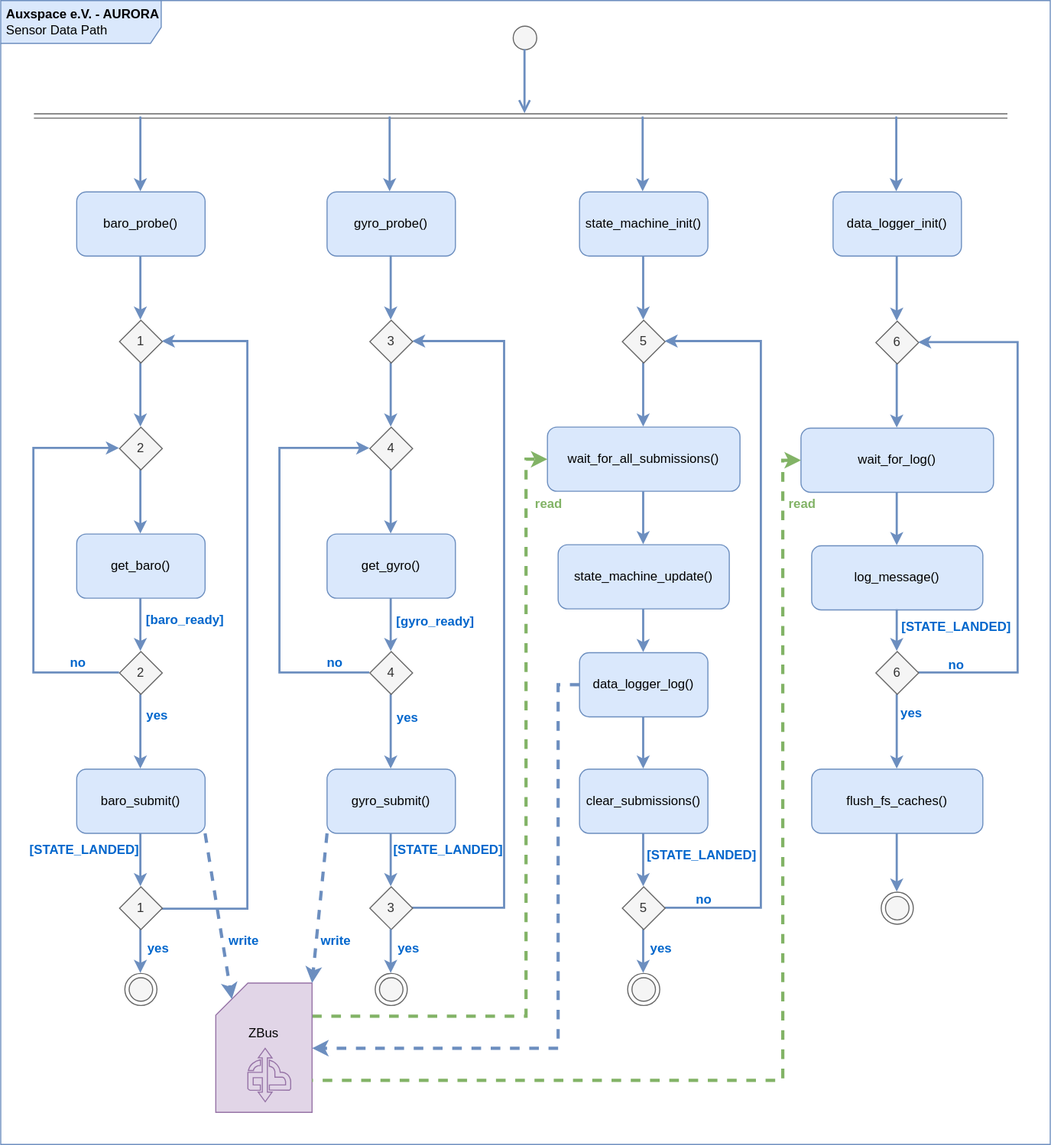
This is doc/img/sensor_datapath.drawio.svg from AUXSPACEeV/aurora, a draw.io export, as it was before one commit. Source tidied: cells renumbered, new cells last; positions are measured from the earlier drawing's top-left corner, leaving out a move shared by most shapes.
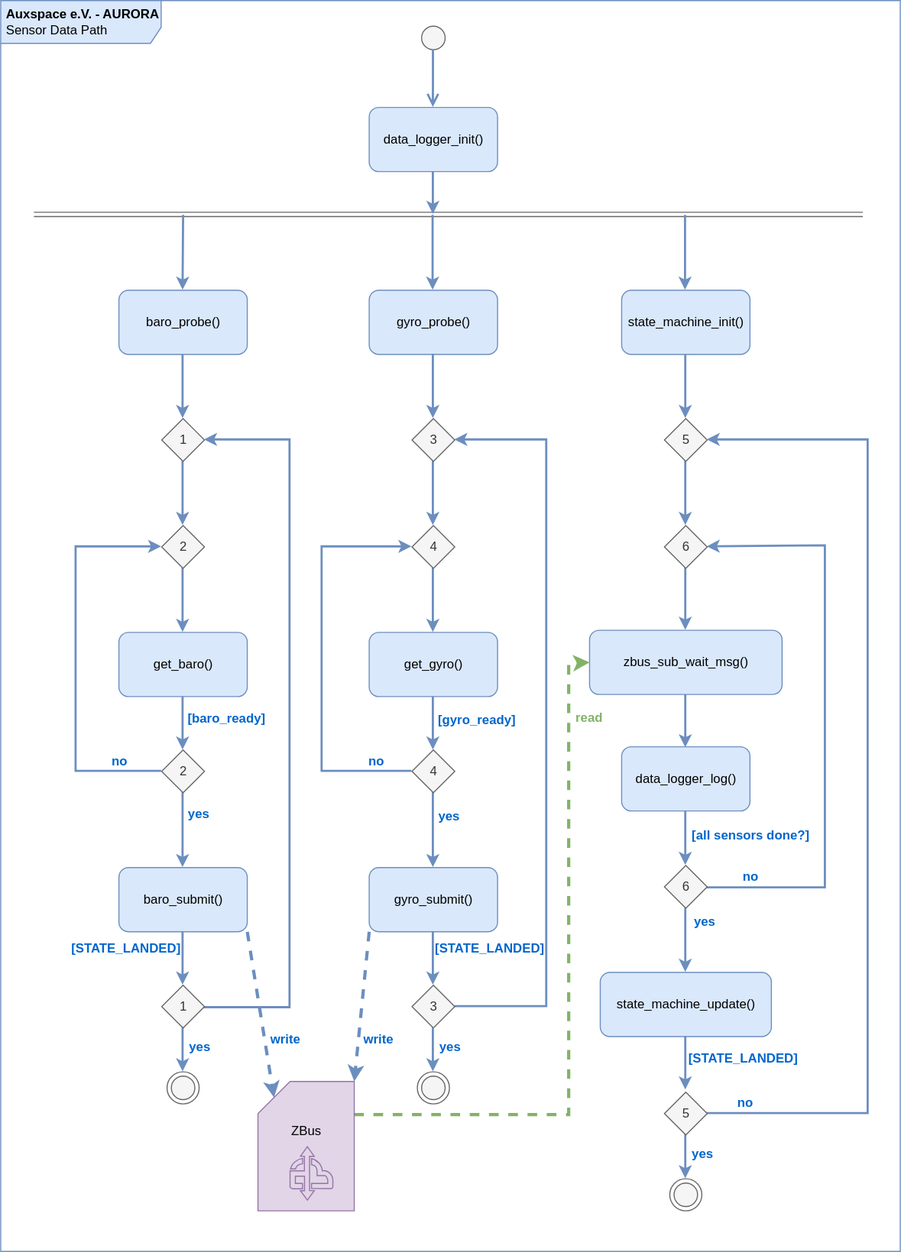
The same file after the commit.

Diff of the diagram source:
```diff
@@ -5,8 +5,7 @@
     <mxCell id="2" style="ellipse;html=1;shape=startState;fillColor=#f5f5f5;strokeColor=#666666;fontColor=#333333;" parent="1" vertex="1">
-      <mxGeometry x="475" y="20" width="30" height="30" as="geometry" />
+      <mxGeometry x="350" y="-72" width="30" height="30" as="geometry" />
     </mxCell>
-    <mxCell id="3" style="edgeStyle=orthogonalEdgeStyle;html=1;verticalAlign=bottom;endArrow=open;endSize=8;strokeColor=#6c8ebf;rounded=0;fillColor=#dae8fc;strokeWidth=2;" parent="1" edge="1">
+    <mxCell id="3" style="edgeStyle=orthogonalEdgeStyle;html=1;verticalAlign=bottom;endArrow=open;endSize=8;strokeColor=#6c8ebf;rounded=0;fillColor=#dae8fc;strokeWidth=2;entryX=0.5;entryY=0;entryDx=0;entryDy=0;" parent="1" edge="1" target="61">
       <mxGeometry relative="1" as="geometry">
-        <mxPoint x="490.1" y="46" as="sourcePoint" />
-        <mxPoint x="490.1" y="106" as="targetPoint" />
+        <mxPoint x="365.1" y="-46" as="sourcePoint" />
       </mxGeometry>
@@ -15,4 +14,4 @@
       <mxGeometry relative="1" as="geometry">
-        <mxPoint x="31" y="108" as="sourcePoint" />
-        <mxPoint x="941" y="108" as="targetPoint" />
+        <mxPoint x="-8.5" y="108" as="sourcePoint" />
+        <mxPoint x="766.5" y="108" as="targetPoint" />
       </mxGeometry>
@@ -38,3 +37,3 @@
       <mxGeometry relative="1" as="geometry">
-        <mxPoint x="131" y="109" as="sourcePoint" />
+        <mxPoint x="131.5" y="109" as="sourcePoint" />
       </mxGeometry>
@@ -43,4 +42,4 @@
       <mxGeometry relative="1" as="geometry">
-        <mxPoint x="364" y="109" as="sourcePoint" />
-        <mxPoint x="364" y="179" as="targetPoint" />
+        <mxPoint x="364.8" y="109" as="sourcePoint" />
+        <mxPoint x="364.8" y="179" as="targetPoint" />
       </mxGeometry>
@@ -49,4 +48,4 @@
       <mxGeometry relative="1" as="geometry">
-        <mxPoint x="600.5" y="109" as="sourcePoint" />
-        <mxPoint x="600.5" y="179" as="targetPoint" />
+        <mxPoint x="600.8" y="109" as="sourcePoint" />
+        <mxPoint x="600.8" y="179" as="targetPoint" />
       </mxGeometry>
@@ -153,5 +152,5 @@
     </mxCell>
-    <mxCell id="38" style="edgeStyle=orthogonalEdgeStyle;rounded=0;jettySize=auto;html=1;entryX=0.5;entryY=0;entryDx=0;entryDy=0;fillColor=#dae8fc;strokeColor=#6c8ebf;strokeWidth=2;" parent="1" edge="1" source="39" target="41">
-      <mxGeometry relative="1" as="geometry" />
-    </mxCell>
+    <mxCell id="101" style="edgeStyle=orthogonalEdgeStyle;rounded=0;jettySize=auto;html=1;entryX=0.5;entryY=0;entryDx=0;entryDy=0;fillColor=#dae8fc;strokeColor=#6c8ebf;strokeWidth=2;" parent="1" edge="1" source="39" target="113">
+      <mxGeometry relative="1" as="geometry" />
+    </mxCell>
     <mxCell id="39" value="5" style="rhombus;whiteSpace=wrap;html=1;fillColor=#f5f5f5;fontColor=#333333;strokeColor=#666666;" parent="1" vertex="1">
@@ -161,25 +160,8 @@
       <mxGeometry relative="1" as="geometry">
-        <mxPoint x="601" y="509" as="targetPoint" />
+        <mxPoint x="601" y="607" as="targetPoint" />
       </mxGeometry>
     </mxCell>
-    <mxCell id="41" value="wait_for_all_submissions()" style="rounded=1;whiteSpace=wrap;html=1;fillColor=#dae8fc;strokeColor=#6c8ebf;" parent="1" vertex="1">
-      <mxGeometry x="511" y="399" width="180" height="60" as="geometry" />
+    <mxCell id="41" value="zbus_sub_wait_msg()" style="rounded=1;whiteSpace=wrap;html=1;fillColor=#dae8fc;strokeColor=#6c8ebf;" parent="1" vertex="1">
+      <mxGeometry x="511" y="497" width="180" height="60" as="geometry" />
     </mxCell>
-    <mxCell id="42" style="edgeStyle=orthogonalEdgeStyle;rounded=0;jettySize=auto;html=1;entryX=0.5;entryY=0;entryDx=0;entryDy=0;strokeWidth=2;fillColor=#dae8fc;strokeColor=#6c8ebf;" parent="1" edge="1" source="43" target="63">
-      <mxGeometry relative="1" as="geometry">
-        <Array as="points">
-          <mxPoint x="601" y="590" />
-          <mxPoint x="601" y="590" />
-        </Array>
-      </mxGeometry>
-    </mxCell>
-    <mxCell id="43" value="state_machine_update()" style="rounded=1;whiteSpace=wrap;html=1;fillColor=#dae8fc;strokeColor=#6c8ebf;" parent="1" vertex="1">
-      <mxGeometry x="521" y="509" width="160" height="60" as="geometry" />
-    </mxCell>
-    <mxCell id="44" style="edgeStyle=orthogonalEdgeStyle;rounded=0;jettySize=auto;html=1;entryX=0.5;entryY=0;entryDx=0;entryDy=0;strokeWidth=2;fillColor=#dae8fc;strokeColor=#6c8ebf;" parent="1" edge="1" source="45" target="66">
-      <mxGeometry relative="1" as="geometry" />
-    </mxCell>
-    <mxCell id="45" value="clear_submissions()" style="rounded=1;whiteSpace=wrap;html=1;fillColor=#dae8fc;strokeColor=#6c8ebf;" parent="1" vertex="1">
-      <mxGeometry x="541" y="719" width="120" height="60" as="geometry" />
-    </mxCell>
     <mxCell id="46" style="edgeStyle=orthogonalEdgeStyle;rounded=0;jettySize=auto;html=1;entryX=1;entryY=0.5;entryDx=0;entryDy=0;fillColor=#dae8fc;strokeColor=#6c8ebf;strokeWidth=2;" parent="1" edge="1" source="47" target="49">
@@ -208,3 +190,3 @@
     <mxCell id="52" value="&lt;b&gt;&amp;nbsp;Auxspace e.V. - AURORA&lt;br&gt;&lt;/b&gt;&amp;nbsp;Sensor Data Path" style="shape=umlFrame;whiteSpace=wrap;html=1;width=150;height=40;fillColor=#dae8fc;strokeColor=#6c8ebf;align=left;" parent="1" vertex="1">
-      <mxGeometry width="981" height="1070" as="geometry" />
+      <mxGeometry x="-39.5" y="-92" width="841" height="1170" as="geometry" />
     </mxCell>
@@ -213,4 +195,5 @@
         <Array as="points">
-          <mxPoint x="491" y="950" />
-          <mxPoint x="491" y="429" />
+          <mxPoint x="491.5" y="950" />
+          <mxPoint x="491.5" y="528" />
+          <mxPoint x="511.5" y="528" />
         </Array>
@@ -220,3 +203,3 @@
       <mxGeometry x="-0.76" y="1" relative="1" as="geometry">
-        <mxPoint x="133" y="-479" as="offset" />
+        <mxPoint x="144" y="-371" as="offset" />
       </mxGeometry>
@@ -242,19 +225,18 @@
     </mxCell>
-    <mxCell id="60" style="edgeStyle=orthogonalEdgeStyle;rounded=0;jettySize=auto;html=1;entryX=0.5;entryY=0;entryDx=0;entryDy=0;fillColor=#dae8fc;strokeColor=#6c8ebf;strokeWidth=2;" parent="1" edge="1" source="61" target="85">
-      <mxGeometry relative="1" as="geometry" />
-    </mxCell>
+    <mxCell id="102" style="edgeStyle=orthogonalEdgeStyle;rounded=0;jettySize=auto;html=1;fillColor=#dae8fc;strokeColor=#6c8ebf;strokeWidth=2;" parent="1" edge="1" source="61">
+      <mxGeometry relative="1" as="geometry">
+        <mxPoint x="365" y="108" as="targetPoint" />
+      </mxGeometry>
+    </mxCell>
     <mxCell id="61" value="data_logger_init()" style="rounded=1;whiteSpace=wrap;html=1;fillColor=#dae8fc;strokeColor=#6c8ebf;" parent="1" vertex="1">
-      <mxGeometry x="778" y="179" width="120" height="60" as="geometry" />
+      <mxGeometry x="305" y="8" width="120" height="60" as="geometry" />
     </mxCell>
-    <mxCell id="62" style="edgeStyle=orthogonalEdgeStyle;rounded=0;jettySize=auto;html=1;entryX=0.5;entryY=0;entryDx=0;entryDy=0;strokeWidth=2;fillColor=#dae8fc;strokeColor=#6c8ebf;" parent="1" edge="1" source="63" target="45">
-      <mxGeometry relative="1" as="geometry" />
-    </mxCell>
-    <mxCell id="63" value="data_logger_log()" style="rounded=1;whiteSpace=wrap;html=1;fillColor=#dae8fc;strokeColor=#6c8ebf;" parent="1" vertex="1">
-      <mxGeometry x="541" y="610" width="120" height="60" as="geometry" />
-    </mxCell>
+    <mxCell id="65" style="edgeStyle=orthogonalEdgeStyle;rounded=0;jettySize=auto;html=1;entryX=0.5;entryY=0;entryDx=0;entryDy=0;strokeWidth=2;fillColor=#dae8fc;strokeColor=#6c8ebf;" parent="1" edge="1" source="66" target="69">
+      <mxGeometry relative="1" as="geometry" />
+    </mxCell>
-    <mxCell id="64" style="edgeStyle=orthogonalEdgeStyle;rounded=0;jettySize=auto;html=1;entryX=1;entryY=0.5;entryDx=0;entryDy=0;strokeWidth=2;fillColor=#dae8fc;strokeColor=#6c8ebf;" parent="1" edge="1" source="66" target="39">
+    <mxCell id="64" style="edgeStyle=orthogonalEdgeStyle;rounded=0;jettySize=auto;html=1;entryX=1;entryY=0.5;entryDx=0;entryDy=0;fillColor=#dae8fc;strokeColor=#6c8ebf;strokeWidth=2;" parent="1" edge="1" source="66" target="39">
       <mxGeometry relative="1" as="geometry">
         <Array as="points">
-          <mxPoint x="711" y="849" />
-          <mxPoint x="711" y="319" />
+          <mxPoint x="771.5" y="949" />
+          <mxPoint x="771.5" y="319" />
         </Array>
@@ -262,23 +244,10 @@
     </mxCell>
-    <mxCell id="65" style="edgeStyle=orthogonalEdgeStyle;rounded=0;jettySize=auto;html=1;entryX=0.5;entryY=0;entryDx=0;entryDy=0;strokeWidth=2;fillColor=#dae8fc;strokeColor=#6c8ebf;" parent="1" edge="1" source="66" target="69">
-      <mxGeometry relative="1" as="geometry" />
-    </mxCell>
     <mxCell id="66" value="5" style="rhombus;whiteSpace=wrap;html=1;fillColor=#f5f5f5;fontColor=#333333;strokeColor=#666666;" parent="1" vertex="1">
-      <mxGeometry x="581" y="829" width="40" height="40" as="geometry" />
+      <mxGeometry x="581" y="929" width="40" height="40" as="geometry" />
     </mxCell>
-    <mxCell id="67" value="[STATE_LANDED]" style="edgeLabel;html=1;align=center;verticalAlign=middle;labelBackgroundColor=none;fontColor=#0066CC;fontSize=12;fontStyle=1;" parent="1" vertex="1">
-      <mxGeometry x="651" y="800" as="geometry">
-        <mxPoint x="3" y="-1" as="offset" />
-      </mxGeometry>
-    </mxCell>
-    <mxCell id="68" value="no" style="edgeLabel;html=1;align=center;verticalAlign=middle;labelBackgroundColor=none;fontColor=#0066CC;fontSize=12;fontStyle=1;" parent="1" vertex="1">
-      <mxGeometry x="647" y="834" as="geometry">
-        <mxPoint x="9" y="6" as="offset" />
-      </mxGeometry>
-    </mxCell>
     <mxCell id="69" style="ellipse;html=1;shape=endState;fillColor=#f5f5f5;strokeColor=#666666;fontColor=#333333;" parent="1" vertex="1">
-      <mxGeometry x="586" y="910" width="30" height="30" as="geometry" />
+      <mxGeometry x="586" y="1010" width="30" height="30" as="geometry" />
     </mxCell>
     <mxCell id="70" value="yes" style="edgeLabel;html=1;align=center;verticalAlign=middle;labelBackgroundColor=none;fontColor=#0066CC;fontSize=12;fontStyle=1;" parent="1" vertex="1">
-      <mxGeometry x="607" y="880" as="geometry">
+      <mxGeometry x="607" y="980" as="geometry">
         <mxPoint x="9" y="6" as="offset" />
@@ -336,88 +305,59 @@
     </mxCell>
-    <mxCell id="82" style="endArrow=classic;html=1;rounded=0;entryX=0.5;entryY=0;entryDx=0;entryDy=0;fillColor=#dae8fc;strokeColor=#6c8ebf;strokeWidth=2;" parent="1" edge="1">
-      <mxGeometry relative="1" as="geometry">
-        <mxPoint x="837.6" y="109" as="sourcePoint" />
-        <mxPoint x="837.6" y="179" as="targetPoint" />
-      </mxGeometry>
-    </mxCell>
-    <mxCell id="83" style="edgeStyle=orthogonalEdgeStyle;rounded=0;jettySize=auto;html=1;fillColor=#dae8fc;strokeColor=#6c8ebf;strokeWidth=3;dashed=1;startArrow=none;startFill=0;endArrow=classic;endFill=1;" parent="1" edge="1" source="63">
-      <mxGeometry relative="1" as="geometry">
-        <mxPoint x="291" y="980" as="targetPoint" />
-        <Array as="points">
-          <mxPoint x="521" y="640" />
-          <mxPoint x="521" y="980" />
-        </Array>
-      </mxGeometry>
-    </mxCell>
-    <mxCell id="84" style="edgeStyle=orthogonalEdgeStyle;rounded=0;jettySize=auto;html=1;entryX=0.5;entryY=0;entryDx=0;entryDy=0;fillColor=#dae8fc;strokeColor=#6c8ebf;strokeWidth=2;" parent="1" edge="1" source="85" target="87">
-      <mxGeometry relative="1" as="geometry" />
-    </mxCell>
-    <mxCell id="85" value="6" style="rhombus;whiteSpace=wrap;html=1;fillColor=#f5f5f5;fontColor=#333333;strokeColor=#666666;" parent="1" vertex="1">
-      <mxGeometry x="818" y="300" width="40" height="40" as="geometry" />
-    </mxCell>
-    <mxCell id="86" style="edgeStyle=orthogonalEdgeStyle;rounded=0;jettySize=auto;html=1;entryX=0.5;entryY=0;entryDx=0;entryDy=0;fillColor=#dae8fc;strokeColor=#6c8ebf;strokeWidth=2;" parent="1" edge="1" source="87">
-      <mxGeometry relative="1" as="geometry">
-        <mxPoint x="838" y="510" as="targetPoint" />
-      </mxGeometry>
-    </mxCell>
-    <mxCell id="87" value="wait_for_log()" style="rounded=1;whiteSpace=wrap;html=1;fillColor=#dae8fc;strokeColor=#6c8ebf;" parent="1" vertex="1">
-      <mxGeometry x="748" y="400" width="180" height="60" as="geometry" />
-    </mxCell>
-    <mxCell id="88" value="log_message()" style="rounded=1;whiteSpace=wrap;html=1;fillColor=#dae8fc;strokeColor=#6c8ebf;" parent="1" vertex="1">
-      <mxGeometry x="758" y="510" width="160" height="60" as="geometry" />
-    </mxCell>
-    <mxCell id="89" style="edgeStyle=orthogonalEdgeStyle;rounded=0;jettySize=auto;html=1;entryX=1;entryY=0.5;entryDx=0;entryDy=0;fillColor=#dae8fc;strokeColor=#6c8ebf;strokeWidth=2;" parent="1" edge="1" source="91" target="85">
-      <mxGeometry relative="1" as="geometry">
-        <Array as="points">
-          <mxPoint x="951" y="629" />
-          <mxPoint x="951" y="320" />
-        </Array>
-      </mxGeometry>
-    </mxCell>
-    <mxCell id="90" style="edgeStyle=orthogonalEdgeStyle;rounded=0;jettySize=auto;html=1;entryX=0.5;entryY=0;entryDx=0;entryDy=0;fillColor=#dae8fc;strokeColor=#6c8ebf;strokeWidth=2;" parent="1" edge="1" source="91" target="96">
-      <mxGeometry relative="1" as="geometry" />
-    </mxCell>
-    <mxCell id="91" value="6" style="rhombus;whiteSpace=wrap;html=1;fillColor=#f5f5f5;fontColor=#333333;strokeColor=#666666;" parent="1" vertex="1">
-      <mxGeometry x="818" y="609" width="40" height="40" as="geometry" />
-    </mxCell>
-    <mxCell id="92" style="edgeStyle=orthogonalEdgeStyle;rounded=0;jettySize=auto;html=1;entryX=0.5;entryY=0;entryDx=0;entryDy=0;fillColor=#dae8fc;strokeColor=#6c8ebf;strokeWidth=2;" parent="1" edge="1" source="88" target="91">
-      <mxGeometry relative="1" as="geometry" />
-    </mxCell>
-    <mxCell id="93" value="[STATE_LANDED]" style="edgeLabel;html=1;align=center;verticalAlign=middle;labelBackgroundColor=none;fontColor=#0066CC;fontSize=12;fontStyle=1;" parent="1" vertex="1">
-      <mxGeometry x="889" y="586" as="geometry">
-        <mxPoint x="3" y="-1" as="offset" />
-      </mxGeometry>
-    </mxCell>
-    <mxCell id="94" value="no" style="edgeLabel;html=1;align=center;verticalAlign=middle;labelBackgroundColor=none;fontColor=#0066CC;fontSize=12;fontStyle=1;" parent="1" vertex="1">
-      <mxGeometry x="883" y="615" as="geometry">
-        <mxPoint x="9" y="6" as="offset" />
-      </mxGeometry>
-    </mxCell>
-    <mxCell id="95" style="edgeStyle=orthogonalEdgeStyle;rounded=0;jettySize=auto;html=1;entryX=0.5;entryY=0;entryDx=0;entryDy=0;fillColor=#dae8fc;strokeColor=#6c8ebf;strokeWidth=2;" parent="1" edge="1" source="96" target="97">
-      <mxGeometry relative="1" as="geometry" />
-    </mxCell>
-    <mxCell id="96" value="flush_fs_caches()" style="rounded=1;whiteSpace=wrap;html=1;fillColor=#dae8fc;strokeColor=#6c8ebf;" parent="1" vertex="1">
-      <mxGeometry x="758" y="719" width="160" height="60" as="geometry" />
-    </mxCell>
-    <mxCell id="97" style="ellipse;html=1;shape=endState;fillColor=#f5f5f5;strokeColor=#666666;fontColor=#333333;" parent="1" vertex="1">
-      <mxGeometry x="823" y="834" width="30" height="30" as="geometry" />
-    </mxCell>
+    <mxCell id="103" style="edgeStyle=orthogonalEdgeStyle;rounded=0;jettySize=auto;html=1;entryX=0.5;entryY=0;entryDx=0;entryDy=0;strokeWidth=2;fillColor=#dae8fc;strokeColor=#6c8ebf;" parent="1" edge="1" source="63" target="106">
+      <mxGeometry relative="1" as="geometry" />
+    </mxCell>
+    <mxCell id="63" value="data_logger_log()" style="rounded=1;whiteSpace=wrap;html=1;fillColor=#dae8fc;strokeColor=#6c8ebf;" parent="1" vertex="1">
+      <mxGeometry x="541" y="606" width="120" height="60" as="geometry" />
+    </mxCell>
+    <mxCell id="104" style="edgeStyle=orthogonalEdgeStyle;rounded=0;jettySize=auto;html=1;entryX=0.5;entryY=0;entryDx=0;entryDy=0;fillColor=#dae8fc;strokeColor=#6c8ebf;strokeWidth=2;" parent="1" edge="1" source="106">
+      <mxGeometry relative="1" as="geometry">
+        <mxPoint x="601" y="817" as="targetPoint" />
+      </mxGeometry>
+    </mxCell>
+    <mxCell id="105" style="edgeStyle=orthogonalEdgeStyle;rounded=0;jettySize=auto;html=1;entryX=1;entryY=0.5;entryDx=0;entryDy=0;fillColor=#dae8fc;strokeColor=#6c8ebf;strokeWidth=2;" parent="1" edge="1" source="106" target="113">
+      <mxGeometry relative="1" as="geometry">
+        <Array as="points">
+          <mxPoint x="731.5" y="738" />
+          <mxPoint x="731.5" y="418" />
+          <mxPoint x="621.5" y="418" />
+        </Array>
+      </mxGeometry>
+    </mxCell>
+    <mxCell id="106" value="6" style="rhombus;whiteSpace=wrap;html=1;fillColor=#f5f5f5;fontColor=#333333;strokeColor=#666666;" parent="1" vertex="1">
+      <mxGeometry x="581" y="717" width="40" height="40" as="geometry" />
+    </mxCell>
+    <mxCell id="107" value="[all sensors done?]" style="edgeLabel;html=1;align=center;verticalAlign=middle;labelBackgroundColor=none;fontColor=#0066CC;fontSize=12;fontStyle=1;" parent="1" vertex="1">
+      <mxGeometry x="661" y="688" as="geometry" />
+    </mxCell>
+    <mxCell id="108" value="no" style="edgeLabel;html=1;align=center;verticalAlign=middle;fontColor=#0066CC;fontSize=12;fontStyle=1;labelBackgroundColor=none;" parent="1" vertex="1">
+      <mxGeometry x="661" y="727" as="geometry" />
+    </mxCell>
     <mxCell id="98" value="yes" style="edgeLabel;html=1;align=center;verticalAlign=middle;labelBackgroundColor=none;fontColor=#0066CC;fontSize=12;fontStyle=1;" parent="1" vertex="1">
-      <mxGeometry x="841" y="660" as="geometry">
-        <mxPoint x="9" y="6" as="offset" />
-      </mxGeometry>
+      <mxGeometry x="617.5" y="769" as="geometry" />
     </mxCell>
-    <mxCell id="99" style="edgeStyle=orthogonalEdgeStyle;rounded=0;jettySize=auto;html=1;fillColor=#d5e8d4;strokeColor=#82b366;strokeWidth=3;endArrow=none;endFill=0;startArrow=classic;startFill=1;dashed=1;" parent="1" edge="1" source="87">
-      <mxGeometry relative="1" as="geometry">
-        <mxPoint x="291" y="1010" as="targetPoint" />
-        <Array as="points">
-          <mxPoint x="731" y="430" />
-          <mxPoint x="731" y="1010" />
-          <mxPoint x="291" y="1010" />
-        </Array>
-      </mxGeometry>
-    </mxCell>
-    <mxCell id="100" value="read" style="edgeLabel;html=1;align=center;verticalAlign=middle;labelBackgroundColor=none;fontColor=light-dark(#82b366, #008f00);fontSize=12;fontStyle=1;" parent="1" vertex="1">
-      <mxGeometry x="748" y="470" as="geometry" />
-    </mxCell>
+    <mxCell id="43" value="state_machine_update()" style="rounded=1;whiteSpace=wrap;html=1;fillColor=#dae8fc;strokeColor=#6c8ebf;" parent="1" vertex="1">
+      <mxGeometry x="521" y="817" width="160" height="60" as="geometry" />
+    </mxCell>
+    <mxCell id="109" style="edgeStyle=orthogonalEdgeStyle;rounded=0;orthogonalLoop=1;jettySize=auto;html=1;entryX=0.5;entryY=0;entryDx=0;entryDy=0;strokeWidth=2;fillColor=#dae8fc;strokeColor=#6c8ebf;" parent="1" edge="1">
+      <mxGeometry relative="1" as="geometry">
+        <mxPoint x="601" y="877" as="sourcePoint" />
+        <mxPoint x="601" y="927" as="targetPoint" />
+      </mxGeometry>
+    </mxCell>
+    <mxCell id="110" value="[STATE_LANDED]" style="edgeLabel;html=1;align=center;verticalAlign=middle;labelBackgroundColor=none;fontColor=#0066CC;fontSize=12;fontStyle=1;" parent="1" vertex="1">
+      <mxGeometry x="651" y="898" as="geometry">
+        <mxPoint x="3" y="-1" as="offset" />
+      </mxGeometry>
+    </mxCell>
+    <mxCell id="111" value="no" style="edgeLabel;html=1;align=center;verticalAlign=middle;labelBackgroundColor=none;fontColor=#0066CC;fontSize=12;fontStyle=1;" parent="1" vertex="1">
+      <mxGeometry x="647" y="932" as="geometry">
+        <mxPoint x="9" y="6" as="offset" />
+      </mxGeometry>
+    </mxCell>
+    <mxCell id="112" style="edgeStyle=orthogonalEdgeStyle;rounded=0;jettySize=auto;html=1;entryX=0.5;entryY=0;entryDx=0;entryDy=0;fillColor=#dae8fc;strokeColor=#6c8ebf;strokeWidth=2;" parent="1" edge="1" source="113" target="41">
+      <mxGeometry relative="1" as="geometry" />
+    </mxCell>
+    <mxCell id="113" value="6" style="rhombus;whiteSpace=wrap;html=1;fillColor=#f5f5f5;fontColor=#333333;strokeColor=#666666;" parent="1" vertex="1">
+      <mxGeometry x="581" y="399" width="40" height="40" as="geometry" />
+    </mxCell>
   </root>
```
